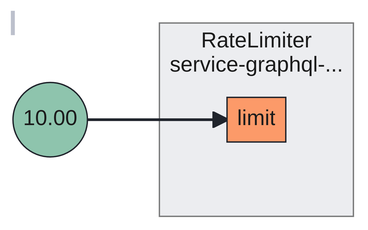
Before: docs/content/tutorials/flow-control/assets/graphql-rate-limiting/graphql-rate-limiting.mmd.png, a diagram exported from Mermaid (fluxninja/aperture). Its source is kept beside it as docs/content/tutorials/flow-control/assets/graphql-rate-limiting/graphql-rate-limiting.mmd. The source it was exported from:
```mermaid
flowchart LR
subgraph 0[<center>RateLimiter<br/>service-graphql-...</center>]
subgraph 0_inports[ ]
style 0_inports fill:none,stroke:none
0limit[limit]
end
end
FakeConstant0((10.00))
FakeConstant0 --> 0limit
```
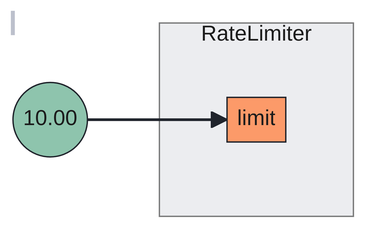
After the commit.

What changed in the source:
```diff
@@ -1,5 +1,5 @@
 flowchart LR
-subgraph 0[<center>RateLimiter<br/>service-graphql-...</center>]
+subgraph 0[RateLimiter]
 subgraph 0_inports[ ]
 style 0_inports fill:none,stroke:none
 0limit[limit]
```
